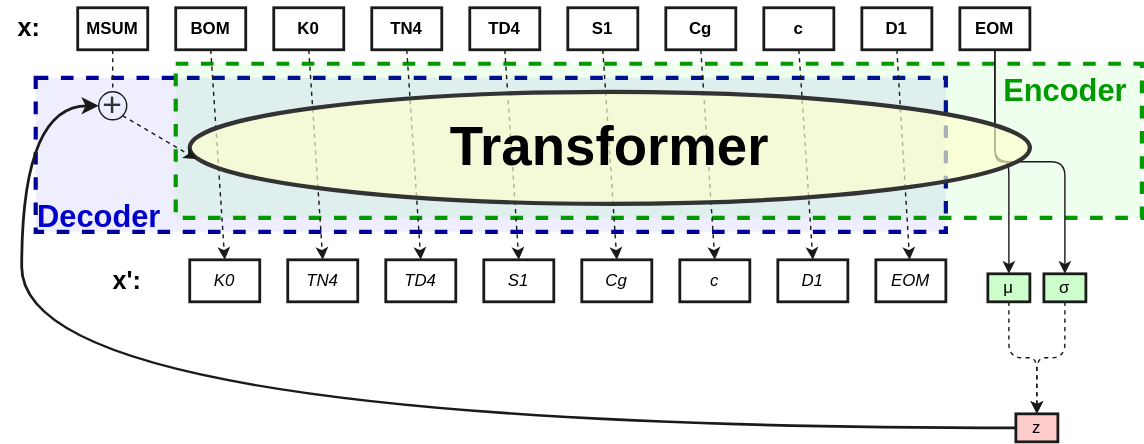
k-l-lambda/k-l-lambda.github.io keeps this draw.io diagram as source/images/shared-vae.drawio.svg. Above is the earlier version. Source tidied: cells renumbered, new cells last; positions are measured from the earlier drawing's top-left corner, leaving out a move shared by most shapes.
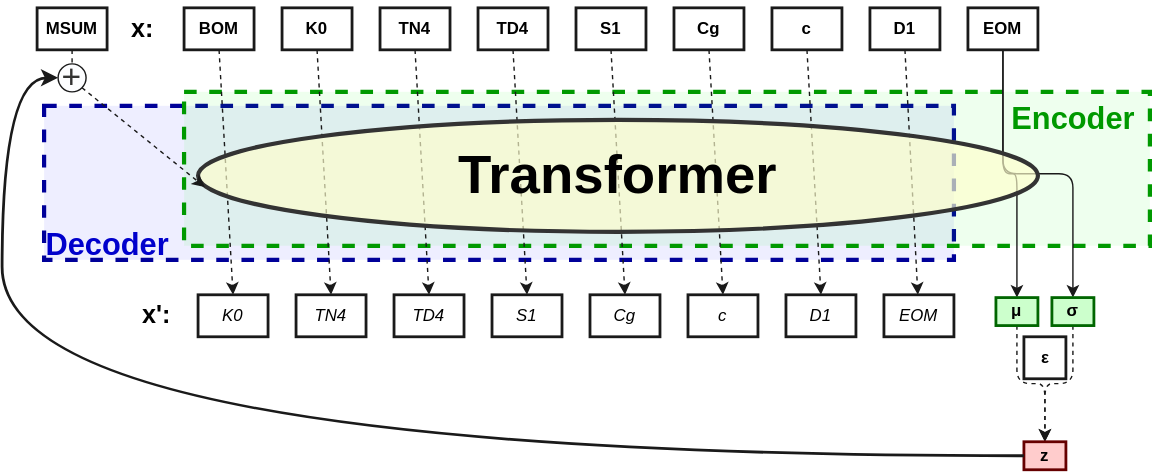
After the change.

Change to the diagram source:
```diff
@@ -5,9 +5,6 @@
     <mxCell id="2" style="whiteSpace=wrap;html=1;strokeColor=#000099;strokeWidth=3;fontSize=39;fontColor=#009900;fillColor=#0000FF11;dashed=1;" parent="1" vertex="1">
       <mxGeometry x="25" y="55" width="650" height="110" as="geometry" />
     </mxCell>
-    <mxCell id="3" value="+" style="ellipse;whiteSpace=wrap;html=1;strokeColor=#1A1A1A;strokeWidth=1;fontSize=24;fontColor=#333333;fillColor=#CCE5FF11;" parent="1" vertex="1">
-      <mxGeometry x="70" y="65" width="20" height="20" as="geometry" />
-    </mxCell>
     <mxCell id="4" style="whiteSpace=wrap;html=1;strokeColor=#009900;strokeWidth=3;fontSize=39;fontColor=#333333;fillColor=#00FF0011;dashed=1;" parent="1" vertex="1">
       <mxGeometry x="125" y="45" width="690" height="110" as="geometry" />
     </mxCell>
@@ -15,49 +12,49 @@
       <mxGeometry relative="1" as="geometry" />
     </mxCell>
     <mxCell id="6" value="BOM" style="whiteSpace=wrap;html=1;fillColor=none;fontColor=#000000;strokeColor=#1A1A1A;strokeWidth=2;fontStyle=1;" parent="1" vertex="1">
-      <mxGeometry x="125" y="5" width="50" height="30" as="geometry" />
+      <mxGeometry x="125" y="-15" width="50" height="30" as="geometry" />
     </mxCell>
     <mxCell id="7" style="edgeStyle=none;html=1;exitX=0.5;exitY=1;exitDx=0;exitDy=0;entryX=0.5;entryY=0;entryDx=0;entryDy=0;dashed=1;strokeColor=#1A1A1A;" parent="1" edge="1" source="8" target="25">
       <mxGeometry relative="1" as="geometry" />
     </mxCell>
     <mxCell id="8" value="K0" style="whiteSpace=wrap;html=1;fillColor=none;fontColor=#000000;strokeColor=#1A1A1A;strokeWidth=2;fontStyle=1;" parent="1" vertex="1">
-      <mxGeometry x="195" y="5" width="50" height="30" as="geometry" />
+      <mxGeometry x="195" y="-15" width="50" height="30" as="geometry" />
     </mxCell>
     <mxCell id="9" style="edgeStyle=none;html=1;exitX=0.5;exitY=1;exitDx=0;exitDy=0;entryX=0.5;entryY=0;entryDx=0;entryDy=0;dashed=1;strokeColor=#1A1A1A;" parent="1" edge="1" source="10" target="26">
       <mxGeometry relative="1" as="geometry" />
     </mxCell>
     <mxCell id="10" value="TN4" style="whiteSpace=wrap;html=1;fillColor=none;fontColor=#000000;strokeColor=#1A1A1A;strokeWidth=2;fontStyle=1;" parent="1" vertex="1">
-      <mxGeometry x="265" y="5" width="50" height="30" as="geometry" />
+      <mxGeometry x="265" y="-15" width="50" height="30" as="geometry" />
     </mxCell>
     <mxCell id="11" style="edgeStyle=none;html=1;exitX=0.5;exitY=1;exitDx=0;exitDy=0;entryX=0.5;entryY=0;entryDx=0;entryDy=0;dashed=1;strokeColor=#1A1A1A;" parent="1" edge="1" source="12" target="27">
       <mxGeometry relative="1" as="geometry" />
     </mxCell>
     <mxCell id="12" value="TD4" style="whiteSpace=wrap;html=1;fillColor=none;fontColor=#000000;strokeColor=#1A1A1A;strokeWidth=2;fontStyle=1;" parent="1" vertex="1">
-      <mxGeometry x="335" y="5" width="50" height="30" as="geometry" />
+      <mxGeometry x="335" y="-15" width="50" height="30" as="geometry" />
     </mxCell>
     <mxCell id="13" style="edgeStyle=none;html=1;exitX=0.5;exitY=1;exitDx=0;exitDy=0;entryX=0.5;entryY=0;entryDx=0;entryDy=0;dashed=1;strokeColor=#1A1A1A;" parent="1" edge="1" source="14" target="28">
       <mxGeometry relative="1" as="geometry" />
     </mxCell>
     <mxCell id="14" value="S1" style="whiteSpace=wrap;html=1;fillColor=none;fontColor=#000000;strokeColor=#1A1A1A;strokeWidth=2;fontStyle=1;" parent="1" vertex="1">
-      <mxGeometry x="405" y="5" width="50" height="30" as="geometry" />
+      <mxGeometry x="405" y="-15" width="50" height="30" as="geometry" />
     </mxCell>
     <mxCell id="15" style="edgeStyle=none;html=1;exitX=0.5;exitY=1;exitDx=0;exitDy=0;entryX=0.5;entryY=0;entryDx=0;entryDy=0;dashed=1;strokeColor=#1A1A1A;" parent="1" edge="1" source="16" target="29">
       <mxGeometry relative="1" as="geometry" />
     </mxCell>
     <mxCell id="16" value="Cg" style="whiteSpace=wrap;html=1;fillColor=none;fontColor=#000000;strokeColor=#1A1A1A;strokeWidth=2;fontStyle=1;" parent="1" vertex="1">
-      <mxGeometry x="475" y="5" width="50" height="30" as="geometry" />
+      <mxGeometry x="475" y="-15" width="50" height="30" as="geometry" />
     </mxCell>
     <mxCell id="17" style="edgeStyle=none;html=1;exitX=0.5;exitY=1;exitDx=0;exitDy=0;entryX=0.5;entryY=0;entryDx=0;entryDy=0;dashed=1;strokeColor=#1A1A1A;" parent="1" edge="1" source="18" target="30">
       <mxGeometry relative="1" as="geometry" />
     </mxCell>
     <mxCell id="18" value="c" style="whiteSpace=wrap;html=1;fillColor=none;fontColor=#000000;strokeColor=#1A1A1A;strokeWidth=2;fontStyle=1;" parent="1" vertex="1">
-      <mxGeometry x="545" y="5" width="50" height="30" as="geometry" />
+      <mxGeometry x="545" y="-15" width="50" height="30" as="geometry" />
     </mxCell>
     <mxCell id="19" style="edgeStyle=none;html=1;exitX=0.5;exitY=1;exitDx=0;exitDy=0;dashed=1;strokeColor=#1A1A1A;" parent="1" edge="1" source="20" target="31">
       <mxGeometry relative="1" as="geometry" />
     </mxCell>
     <mxCell id="20" value="D1" style="whiteSpace=wrap;html=1;fillColor=none;fontColor=#000000;strokeColor=#1A1A1A;strokeWidth=2;fontStyle=1;" parent="1" vertex="1">
-      <mxGeometry x="615" y="5" width="50" height="30" as="geometry" />
+      <mxGeometry x="615" y="-15" width="50" height="30" as="geometry" />
     </mxCell>
     <mxCell id="21" style="edgeStyle=orthogonalEdgeStyle;html=1;exitX=0.5;exitY=1;exitDx=0;exitDy=0;strokeColor=#1A1A1A;" parent="1" edge="1" source="23" target="33">
       <mxGeometry relative="1" as="geometry" />
@@ -66,43 +63,43 @@
       <mxGeometry relative="1" as="geometry" />
     </mxCell>
     <mxCell id="23" value="EOM" style="whiteSpace=wrap;html=1;fillColor=none;fontColor=#000000;strokeColor=#1A1A1A;strokeWidth=2;fontStyle=1;" parent="1" vertex="1">
-      <mxGeometry x="685" y="5" width="50" height="30" as="geometry" />
+      <mxGeometry x="685" y="-15" width="50" height="30" as="geometry" />
     </mxCell>
     <mxCell id="24" value="K0" style="whiteSpace=wrap;html=1;fontColor=#000000;fontStyle=2;fillColor=none;strokeColor=#1A1A1A;strokeWidth=2;" parent="1" vertex="1">
-      <mxGeometry x="135" y="185" width="50" height="30" as="geometry" />
+      <mxGeometry x="135" y="190" width="50" height="30" as="geometry" />
     </mxCell>
     <mxCell id="25" value="TN4" style="whiteSpace=wrap;html=1;fontColor=#000000;fontStyle=2;fillColor=none;strokeColor=#1A1A1A;strokeWidth=2;" parent="1" vertex="1">
-      <mxGeometry x="205" y="185" width="50" height="30" as="geometry" />
+      <mxGeometry x="205" y="190" width="50" height="30" as="geometry" />
     </mxCell>
     <mxCell id="26" value="TD4" style="whiteSpace=wrap;html=1;fontColor=#000000;fontStyle=2;fillColor=none;strokeColor=#1A1A1A;strokeWidth=2;" parent="1" vertex="1">
-      <mxGeometry x="275" y="185" width="50" height="30" as="geometry" />
+      <mxGeometry x="275" y="190" width="50" height="30" as="geometry" />
     </mxCell>
     <mxCell id="27" value="S1" style="whiteSpace=wrap;html=1;fontColor=#000000;fontStyle=2;fillColor=none;strokeColor=#1A1A1A;strokeWidth=2;" parent="1" vertex="1">
-      <mxGeometry x="345" y="185" width="50" height="30" as="geometry" />
+      <mxGeometry x="345" y="190" width="50" height="30" as="geometry" />
     </mxCell>
     <mxCell id="28" value="Cg" style="whiteSpace=wrap;html=1;fontColor=#000000;fontStyle=2;fillColor=none;strokeColor=#1A1A1A;strokeWidth=2;" parent="1" vertex="1">
-      <mxGeometry x="415" y="185" width="50" height="30" as="geometry" />
+      <mxGeometry x="415" y="190" width="50" height="30" as="geometry" />
     </mxCell>
     <mxCell id="29" value="c" style="whiteSpace=wrap;html=1;fontColor=#000000;fontStyle=2;fillColor=none;strokeColor=#1A1A1A;strokeWidth=2;" parent="1" vertex="1">
-      <mxGeometry x="485" y="185" width="50" height="30" as="geometry" />
+      <mxGeometry x="485" y="190" width="50" height="30" as="geometry" />
     </mxCell>
     <mxCell id="30" value="D1" style="whiteSpace=wrap;html=1;fontColor=#000000;fontStyle=2;fillColor=none;strokeColor=#1A1A1A;strokeWidth=2;" parent="1" vertex="1">
-      <mxGeometry x="555" y="185" width="50" height="30" as="geometry" />
+      <mxGeometry x="555" y="190" width="50" height="30" as="geometry" />
     </mxCell>
     <mxCell id="31" value="EOM" style="whiteSpace=wrap;html=1;fontColor=#000000;fontStyle=2;fillColor=none;strokeColor=#1A1A1A;strokeWidth=2;" parent="1" vertex="1">
-      <mxGeometry x="625" y="185" width="50" height="30" as="geometry" />
+      <mxGeometry x="625" y="190" width="50" height="30" as="geometry" />
     </mxCell>
     <mxCell id="32" style="edgeStyle=orthogonalEdgeStyle;html=1;exitX=0.5;exitY=1;exitDx=0;exitDy=0;entryX=0.5;entryY=0;entryDx=0;entryDy=0;dashed=1;fontSize=39;fontColor=#969696;strokeColor=#1A1A1A;" parent="1" edge="1" source="33" target="38">
       <mxGeometry relative="1" as="geometry" />
     </mxCell>
-    <mxCell id="33" value="μ" style="whiteSpace=wrap;html=1;fillColor=#CCFFCC;fontColor=#000000;strokeColor=#1A1A1A;strokeWidth=2;" parent="1" vertex="1">
-      <mxGeometry x="705" y="195" width="30" height="20" as="geometry" />
+    <mxCell id="33" value="μ" style="whiteSpace=wrap;html=1;fillColor=#CCFFCC;fontColor=#000000;strokeColor=#006600;strokeWidth=2;fontStyle=1;" parent="1" vertex="1">
+      <mxGeometry x="705" y="192" width="30" height="20" as="geometry" />
     </mxCell>
     <mxCell id="34" style="edgeStyle=orthogonalEdgeStyle;html=1;exitX=0.5;exitY=1;exitDx=0;exitDy=0;entryX=0.5;entryY=0;entryDx=0;entryDy=0;dashed=1;fontSize=39;fontColor=#969696;strokeColor=#1A1A1A;" parent="1" edge="1" source="35" target="38">
       <mxGeometry relative="1" as="geometry" />
     </mxCell>
-    <mxCell id="35" value="σ" style="whiteSpace=wrap;html=1;fillColor=#CCFFCC;fontColor=#000000;strokeColor=#1A1A1A;strokeWidth=2;" parent="1" vertex="1">
-      <mxGeometry x="745" y="195" width="30" height="20" as="geometry" />
+    <mxCell id="35" value="σ" style="whiteSpace=wrap;html=1;fillColor=#CCFFCC;fontColor=#000000;strokeColor=#006600;strokeWidth=2;fontStyle=1;" parent="1" vertex="1">
+      <mxGeometry x="745" y="192" width="30" height="20" as="geometry" />
     </mxCell>
     <mxCell id="36" value="&lt;b&gt;&lt;font style=&quot;font-size: 39px;&quot;&gt;Transformer&lt;/font&gt;&lt;/b&gt;" style="ellipse;whiteSpace=wrap;html=1;strokeWidth=3;fillColor=#FFFFCCaa;fontColor=#000000;strokeColor=#333333;" parent="1" vertex="1">
       <mxGeometry x="135" y="65" width="600" height="80" as="geometry" />
@@ -110,14 +107,14 @@
     <mxCell id="37" style="edgeStyle=orthogonalEdgeStyle;curved=1;html=1;exitX=0;exitY=0.5;exitDx=0;exitDy=0;entryX=0;entryY=0.5;entryDx=0;entryDy=0;fontSize=39;fontColor=#969696;strokeColor=#1A1A1A;strokeWidth=2;startArrow=none;" parent="1" edge="1" source="41" target="41">
       <mxGeometry relative="1" as="geometry" />
     </mxCell>
-    <mxCell id="38" value="z" style="whiteSpace=wrap;html=1;fillColor=#FFCCCC;fontColor=#000000;strokeColor=#1A1A1A;strokeWidth=2;" parent="1" vertex="1">
+    <mxCell id="38" value="z" style="whiteSpace=wrap;html=1;fillColor=#FFCCCC;fontColor=#000000;strokeColor=#660000;strokeWidth=2;fontStyle=1;" parent="1" vertex="1">
       <mxGeometry x="725" y="295" width="30" height="20" as="geometry" />
     </mxCell>
     <mxCell id="39" style="edgeStyle=orthogonalEdgeStyle;curved=1;html=1;exitX=0;exitY=0.5;exitDx=0;exitDy=0;fontSize=39;fontColor=#969696;strokeColor=#1A1A1A;strokeWidth=2;endArrow=classic;targetPerimeterSpacing=0;startArrow=none;startFill=0;endFill=1;entryX=0;entryY=0.5;entryDx=0;entryDy=0;" parent="1" edge="1" source="38" target="3">
       <mxGeometry relative="1" as="geometry">
         <Array as="points">
-          <mxPoint x="15" y="305" />
-          <mxPoint x="15" y="75" />
+          <mxPoint x="-5" y="305" />
+          <mxPoint x="-5" y="35" />
         </Array>
       </mxGeometry>
     </mxCell>
@@ -125,7 +122,7 @@
       <mxGeometry relative="1" as="geometry" />
     </mxCell>
     <mxCell id="41" value="MSUM" style="whiteSpace=wrap;html=1;fillColor=none;fontColor=#000000;strokeColor=#1A1A1A;strokeWidth=2;fontStyle=1;" parent="1" vertex="1">
-      <mxGeometry x="55" y="5" width="50" height="30" as="geometry" />
+      <mxGeometry x="20" y="-15" width="50" height="30" as="geometry" />
     </mxCell>
     <mxCell id="42" value="&lt;b style=&quot;font-size: 22px;&quot;&gt;Encoder&lt;/b&gt;" style="text;html=1;align=center;verticalAlign=middle;strokeColor=none;fillColor=none;fontSize=22;fontColor=#009900;" parent="1" vertex="1">
       <mxGeometry x="705" y="45" width="110" height="40" as="geometry" />
@@ -133,16 +130,20 @@
     <mxCell id="43" value="&lt;b style=&quot;font-size: 22px;&quot;&gt;Decoder&lt;/b&gt;" style="text;html=1;align=center;verticalAlign=middle;strokeColor=none;fillColor=none;fontSize=22;fontColor=#0000CC;" parent="1" vertex="1">
       <mxGeometry x="15" y="135" width="110" height="40" as="geometry" />
     </mxCell>
-    <mxCell id="44" style="edgeStyle=none;html=1;exitX=0.5;exitY=1;exitDx=0;exitDy=0;dashed=1;strokeColor=#1A1A1A;strokeWidth=1;fontSize=24;fontColor=#333333;startArrow=none;startFill=0;endArrow=none;endFill=0;targetPerimeterSpacing=0;" parent="1" edge="1" source="41">
-      <mxGeometry relative="1" as="geometry">
-        <mxPoint x="80" y="65" as="targetPoint" />
-      </mxGeometry>
-    </mxCell>
     <mxCell id="45" value="&lt;b style=&quot;font-size: 18px;&quot;&gt;&lt;font color=&quot;#000000&quot; style=&quot;font-size: 18px;&quot;&gt;x:&lt;/font&gt;&lt;/b&gt;" style="text;html=1;align=center;verticalAlign=middle;strokeColor=none;fillColor=none;fontSize=18;" parent="1" vertex="1">
-      <mxGeometry width="40" height="40" as="geometry" />
+      <mxGeometry x="75" y="-20" width="40" height="40" as="geometry" />
     </mxCell>
     <mxCell id="46" value="&lt;b style=&quot;font-size: 18px;&quot;&gt;&lt;font color=&quot;#000000&quot; style=&quot;font-size: 18px;&quot;&gt;x':&lt;/font&gt;&lt;/b&gt;" style="text;html=1;align=center;verticalAlign=middle;strokeColor=none;fillColor=none;fontSize=18;" parent="1" vertex="1">
-      <mxGeometry x="70" y="180" width="40" height="40" as="geometry" />
+      <mxGeometry x="85" y="185" width="40" height="40" as="geometry" />
     </mxCell>
+    <mxCell id="47" style="edgeStyle=none;html=1;exitX=0.5;exitY=1;exitDx=0;exitDy=0;dashed=1;strokeColor=#1A1A1A;strokeWidth=1;fontSize=24;fontColor=#333333;startArrow=none;startFill=0;endArrow=none;endFill=0;" parent="1" edge="1" source="41" target="3">
+      <mxGeometry relative="1" as="geometry" />
+    </mxCell>
+    <mxCell id="3" value="+" style="ellipse;whiteSpace=wrap;html=1;strokeColor=#1A1A1A;strokeWidth=1;fontSize=24;fontColor=#333333;fillColor=#CCE5FF11;" parent="1" vertex="1">
+      <mxGeometry x="35" y="25" width="20" height="20" as="geometry" />
+    </mxCell>
+    <mxCell id="48" value="&lt;font color=&quot;#000000&quot;&gt;ε&lt;/font&gt;" style="text;html=1;align=center;verticalAlign=middle;strokeColor=#1A1A1A;fillColor=none;fontStyle=1;strokeWidth=2;" parent="1" vertex="1">
+      <mxGeometry x="725" y="220" width="30" height="30" as="geometry" />
+    </mxCell>
   </root>
 </mxGraphModel>
```
